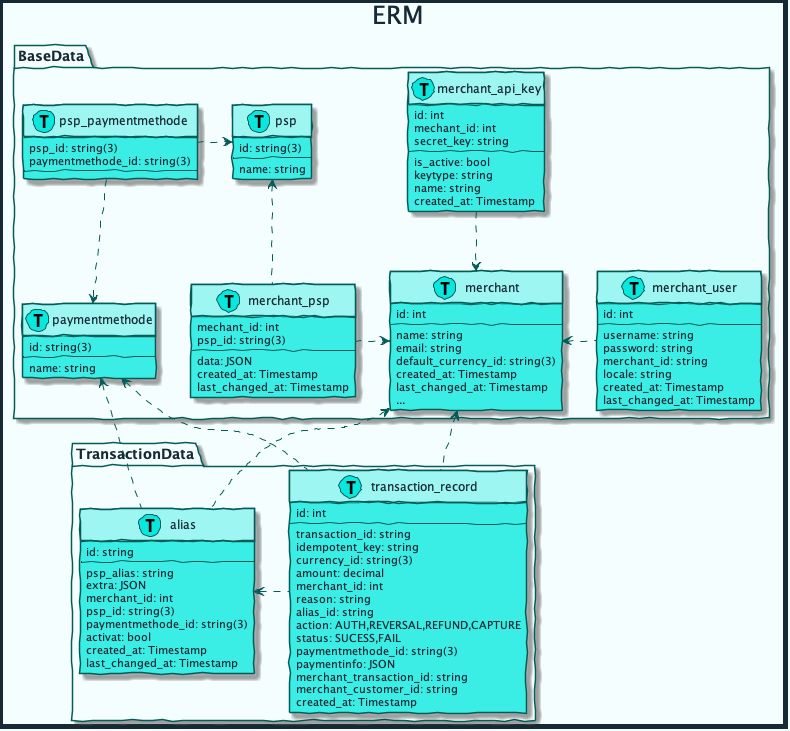
Earlier version of the PlantUML export diagrams/out/erm.png (mobilabsolutions/stash-sdk-wiki).
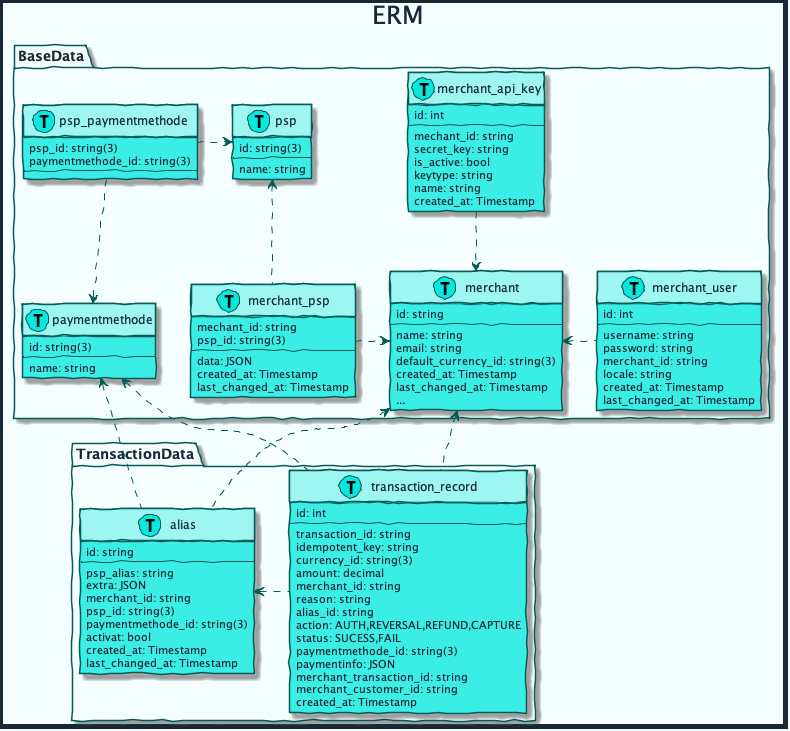
Above is the later version.

The edit, as a diff of the source:
```diff
@@ -67,7 +67,7 @@
     }
 
     class merchant << (T, #08E8DE) >>{
-        id: int
+        id: string
         --
         name: string
         email: string
@@ -79,9 +79,9 @@
 
     class merchant_api_key << (T, #08E8DE) >>{
         id: int
-        mechant_id: int
+        --
+        mechant_id: string
         secret_key: string
-        --
         is_active: bool
         keytype: string
         name: string
@@ -89,7 +89,7 @@
     }
 
     class merchant_psp << (T, #08E8DE) >>{
-        mechant_id: int
+        mechant_id: string
         psp_id: string(3)
         --
         data: JSON
@@ -122,7 +122,7 @@
         --
         psp_alias: string
         extra: JSON
-        merchant_id: int
+        merchant_id: string
         psp_id: string(3)
         paymentmethode_id: string(3)
         activat: bool
@@ -137,7 +137,7 @@
         idempotent_key: string
         currency_id: string(3)
         amount: decimal
-        merchant_id: int
+        merchant_id: string
         reason: string
         alias_id: string
         action: AUTH,REVERSAL,REFUND,CAPTURE
```
